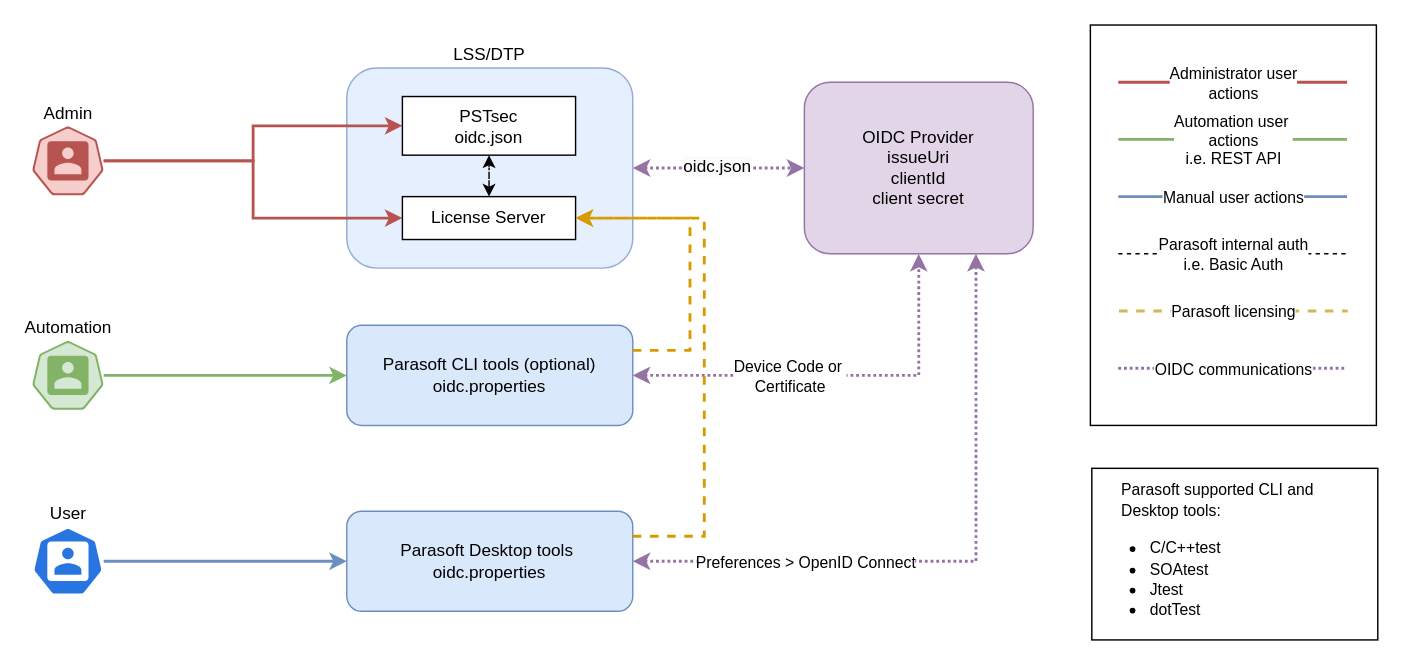
gtrofimov/draw-io-projects keeps this draw.io diagram as page "cli + oidc" (2 of 3) of general-architucture.drawio. Above is the earlier version. Source tidied: cells renumbered, new cells numbered last; positions are measured from the earlier drawing's top-left corner, leaving out a move shared by most shapes. Both pictures are drawn from the tidied source at 143%, with x=0, y=0 at pixel (31, 24).
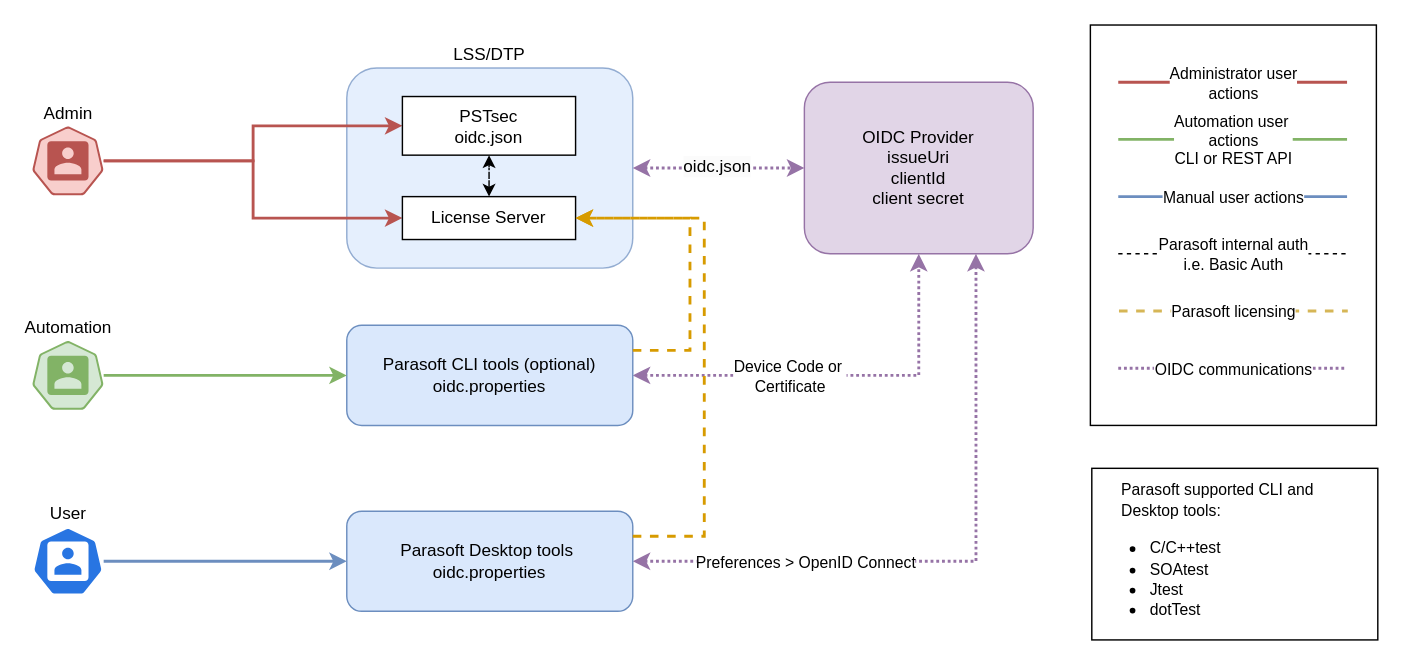
The same diagram, later.

The change refers to these unchanged cells:
```xml
<mxCell id="28" style="endArrow=none;html=1;rounded=0;strokeWidth=2;fillColor=#d5e8d4;strokeColor=#82b366;" parent="24" edge="1">
  <mxGeometry relative="1" as="geometry">
    <mxPoint x="19.5" y="80" as="sourcePoint" />
    <mxPoint x="179.5" y="80" as="targetPoint" />
  </mxGeometry>
</mxCell>
```

Change to the diagram source:
```diff
@@
-    <mxCell id="29" value="Automation user&amp;nbsp;&lt;div&gt;actions&lt;/div&gt;&lt;div&gt;i.e. REST API&lt;/div&gt;" style="edgeLabel;html=1;align=center;verticalAlign=middle;" parent="28" vertex="1">
+    <mxCell id="29" value="Automation user&amp;nbsp;&lt;div&gt;actions&lt;/div&gt;&lt;div&gt;CLI or REST API&lt;/div&gt;" style="edgeLabel;html=1;align=center;verticalAlign=middle;" parent="28" vertex="1">
       <mxGeometry y="-2" relative="1" as="geometry">
         <mxPoint y="-2" as="offset" />
       </mxGeometry>
     </mxCell>
```
